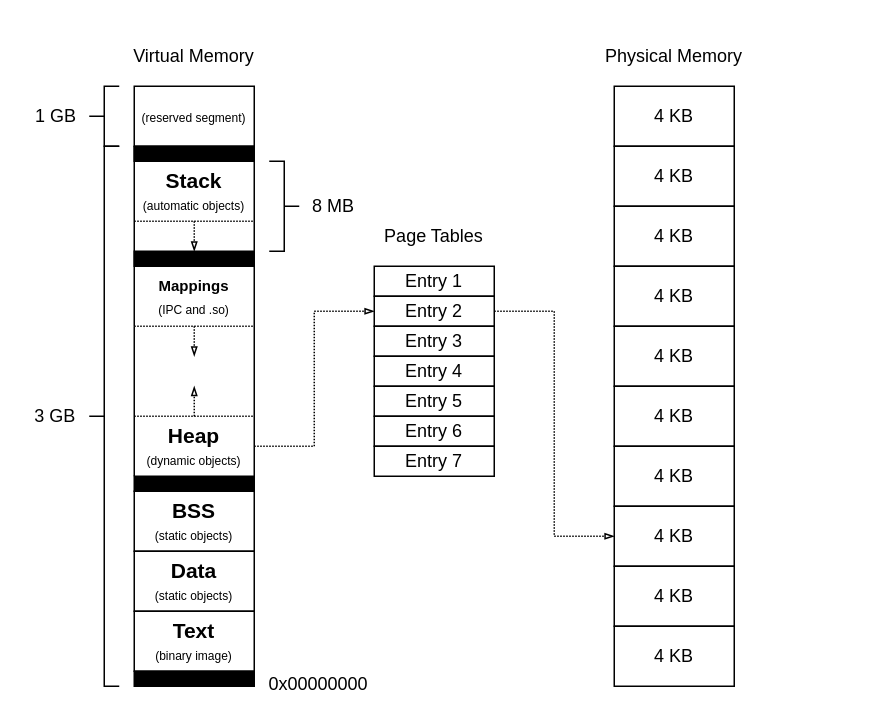
Before: projects/examples/source/09.17.drawio in i-s-m-mipt/Education, a draw.io diagram. Source tidied: cells renumbered, new cells numbered last; positions are measured from the earlier drawing's top-left corner, leaving out a move shared by most shapes. Both pictures are drawn from the tidied source at 150%, with x=0, y=0 at pixel (26, 26).
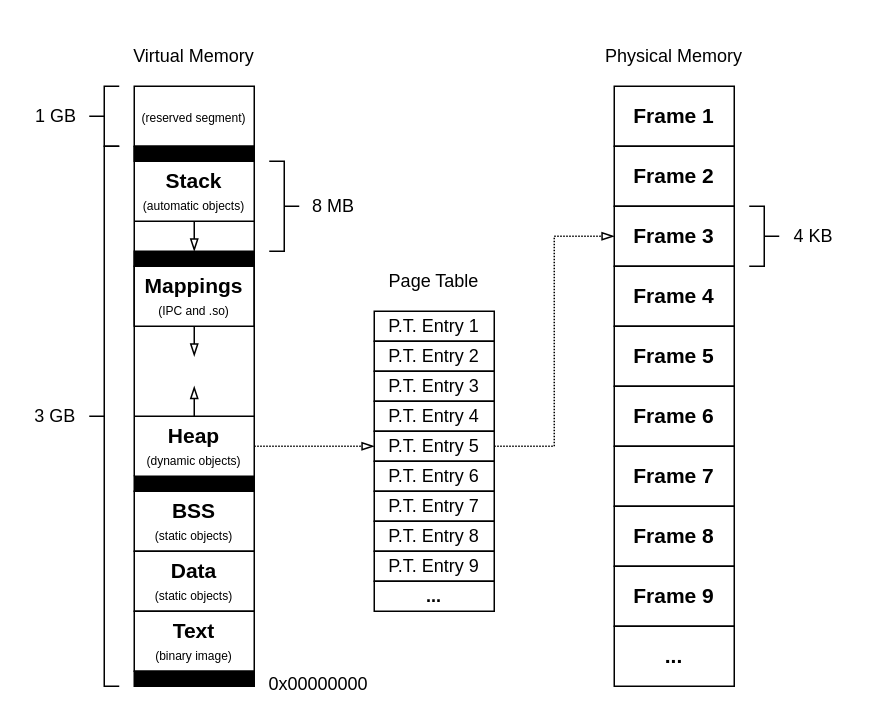
The same page after the edit.

Unchanged cells that the change refers to:
```xml
<mxCell id="2" value="&lt;b style=&quot;&quot;&gt;&lt;font style=&quot;font-size: 14px;&quot;&gt;Heap&lt;/font&gt;&lt;/b&gt;&lt;div&gt;&lt;font style=&quot;font-size: 8px;&quot;&gt;(dynamic objects)&lt;/font&gt;&lt;/div&gt;" style="rounded=0;whiteSpace=wrap;html=1;strokeColor=none;fillColor=none;fontFamily=Helvetica;" parent="1" vertex="1">
  <mxGeometry x="72" y="260" width="80" height="40" as="geometry" />
</mxCell>
<mxCell id="4" value="&lt;b style=&quot;&quot;&gt;&lt;font style=&quot;font-size: 14px;&quot;&gt;Stack&lt;/font&gt;&lt;/b&gt;&lt;div&gt;&lt;font style=&quot;font-size: 8px;&quot;&gt;(automatic objects)&lt;/font&gt;&lt;/div&gt;" style="rounded=0;whiteSpace=wrap;html=1;strokeColor=none;fillColor=none;fontFamily=Helvetica;" parent="1" vertex="1">
  <mxGeometry x="72" y="90" width="80" height="40" as="geometry" />
</mxCell>
```

Diff of the diagram source:
```diff
@@
-    <mxCell id="5" style="endArrow=none;dashed=1;html=1;dashPattern=1 1;strokeWidth=1;rounded=0;exitX=0;exitY=1;exitDx=0;exitDy=0;fontFamily=Helvetica;" parent="1" edge="1">
+    <mxCell id="5" style="endArrow=none;html=1;strokeWidth=1;rounded=0;exitX=0;exitY=1;exitDx=0;exitDy=0;fontFamily=Helvetica;" parent="1" edge="1">
       <mxGeometry relative="1" as="geometry">
         <mxPoint x="72" y="260" as="sourcePoint" />
         <mxPoint x="152" y="260" as="targetPoint" />
       </mxGeometry>
     </mxCell>
@@
-    <mxCell id="12" style="endArrow=none;dashed=1;html=1;rounded=0;dashPattern=1 1;fontFamily=Helvetica;" parent="1" edge="1">
-      <mxGeometry relative="1" as="geometry">
-        <mxPoint x="72" y="200" as="sourcePoint" />
-        <mxPoint x="152" y="200" as="targetPoint" />
-      </mxGeometry>
-    </mxCell>
@@
-    <mxCell id="18" value="&lt;div&gt;&lt;b style=&quot;background-color: transparent; color: light-dark(rgb(0, 0, 0), rgb(255, 255, 255));&quot;&gt;&lt;font style=&quot;font-size: 10px;&quot;&gt;Mappings&lt;/font&gt;&lt;/b&gt;&lt;/div&gt;&lt;div&gt;&lt;span style=&quot;background-color: transparent; color: light-dark(rgb(0, 0, 0), rgb(255, 255, 255));&quot;&gt;&lt;font style=&quot;font-size: 8px;&quot;&gt;(IPC and .so)&lt;/font&gt;&lt;/span&gt;&lt;/div&gt;" style="rounded=0;whiteSpace=wrap;html=1;strokeColor=none;fillColor=none;fontFamily=Helvetica;" parent="1" vertex="1">
+    <mxCell id="18" value="&lt;div&gt;&lt;b style=&quot;background-color: transparent; color: light-dark(rgb(0, 0, 0), rgb(255, 255, 255));&quot;&gt;&lt;font style=&quot;font-size: 14px;&quot;&gt;Mappings&lt;/font&gt;&lt;/b&gt;&lt;/div&gt;&lt;div&gt;&lt;span style=&quot;background-color: transparent; color: light-dark(rgb(0, 0, 0), rgb(255, 255, 255));&quot;&gt;&lt;font style=&quot;font-size: 8px;&quot;&gt;(IPC and .so)&lt;/font&gt;&lt;/span&gt;&lt;/div&gt;" style="rounded=0;whiteSpace=wrap;html=1;strokeColor=default;fillColor=none;fontFamily=Helvetica;" parent="1" vertex="1">
       <mxGeometry x="72" y="160" width="80" height="40" as="geometry" />
     </mxCell>
@@
-    <mxCell id="22" style="endArrow=none;dashed=1;html=1;rounded=0;dashPattern=1 1;fontFamily=Helvetica;entryX=1;entryY=1;entryDx=0;entryDy=0;" parent="1" edge="1" target="4">
+    <mxCell id="22" style="endArrow=none;html=1;rounded=0;fontFamily=Helvetica;entryX=1;entryY=1;entryDx=0;entryDy=0;" parent="1" edge="1" target="4">
       <mxGeometry relative="1" as="geometry">
         <mxPoint x="72" y="130" as="sourcePoint" />
       </mxGeometry>
     </mxCell>
@@
-    <mxCell id="25" style="endArrow=blockThin;html=1;rounded=0;endFill=0;endSize=4;dashed=1;dashPattern=1 1;" parent="1" edge="1">
+    <mxCell id="25" style="endArrow=blockThin;html=1;rounded=0;endFill=0;endSize=6;" parent="1" edge="1">
       <mxGeometry relative="1" as="geometry">
         <mxPoint x="112" y="130" as="sourcePoint" />
         <mxPoint x="112" y="150" as="targetPoint" />
       </mxGeometry>
     </mxCell>
-    <mxCell id="26" style="endArrow=blockThin;html=1;rounded=0;endFill=0;endSize=4;dashed=1;dashPattern=1 1;" parent="1" edge="1">
+    <mxCell id="26" style="endArrow=blockThin;html=1;rounded=0;endFill=0;endSize=6;" parent="1" edge="1">
       <mxGeometry relative="1" as="geometry">
         <mxPoint x="112" y="260" as="sourcePoint" />
         <mxPoint x="112" y="240" as="targetPoint" />
       </mxGeometry>
     </mxCell>
@@
-    <mxCell id="28" style="endArrow=blockThin;html=1;rounded=0;endFill=0;endSize=4;exitX=0.5;exitY=1;exitDx=0;exitDy=0;dashed=1;dashPattern=1 1;" parent="1" edge="1" source="18">
+    <mxCell id="28" style="endArrow=blockThin;html=1;rounded=0;endFill=0;endSize=6;exitX=0.5;exitY=1;exitDx=0;exitDy=0;" parent="1" edge="1" source="18">
       <mxGeometry relative="1" as="geometry">
         <mxPoint x="112" y="220" as="targetPoint" />
       </mxGeometry>
     </mxCell>
-    <mxCell id="29" value="Entry 2" style="rounded=0;whiteSpace=wrap;html=1;fillColor=none;" parent="1" vertex="1">
-      <mxGeometry x="232" y="180" width="80" height="20" as="geometry" />
-    </mxCell>
-    <mxCell id="30" value="Entry 3" style="rounded=0;whiteSpace=wrap;html=1;fillColor=none;" parent="1" vertex="1">
-      <mxGeometry x="232" y="200" width="80" height="20" as="geometry" />
-    </mxCell>
-    <mxCell id="31" value="Entry 4" style="rounded=0;whiteSpace=wrap;html=1;fillColor=none;" parent="1" vertex="1">
-      <mxGeometry x="232" y="220" width="80" height="20" as="geometry" />
-    </mxCell>
-    <mxCell id="32" value="Entry 5" style="rounded=0;whiteSpace=wrap;html=1;fillColor=none;" parent="1" vertex="1">
-      <mxGeometry x="232" y="240" width="80" height="20" as="geometry" />
+    <mxCell id="32" value="P.T. Entry 2" style="rounded=0;whiteSpace=wrap;html=1;fillColor=none;" parent="1" vertex="1">
+      <mxGeometry x="232" y="210" width="80" height="20" as="geometry" />
     </mxCell>
-    <mxCell id="33" value="Entry 6" style="rounded=0;whiteSpace=wrap;html=1;fillColor=none;" parent="1" vertex="1">
-      <mxGeometry x="232" y="260" width="80" height="20" as="geometry" />
+    <mxCell id="33" value="P.T. Entry 3" style="rounded=0;whiteSpace=wrap;html=1;fillColor=none;" parent="1" vertex="1">
+      <mxGeometry x="232" y="230" width="80" height="20" as="geometry" />
     </mxCell>
-    <mxCell id="34" value="Entry 7" style="rounded=0;whiteSpace=wrap;html=1;fillColor=none;" parent="1" vertex="1">
-      <mxGeometry x="232" y="280" width="80" height="20" as="geometry" />
+    <mxCell id="34" value="P.T. Entry 5" style="rounded=0;whiteSpace=wrap;html=1;fillColor=none;" parent="1" vertex="1">
+      <mxGeometry x="232" y="270" width="80" height="20" as="geometry" />
     </mxCell>
-    <mxCell id="35" value="Entry 1" style="rounded=0;whiteSpace=wrap;html=1;fillColor=none;" parent="1" vertex="1">
-      <mxGeometry x="232" y="160" width="80" height="20" as="geometry" />
-    </mxCell>
-    <mxCell id="36" value="&lt;span&gt;&lt;font&gt;4 KB&lt;/font&gt;&lt;/span&gt;" style="rounded=0;whiteSpace=wrap;html=1;fillColor=none;fontStyle=0;fontSize=12;" parent="1" vertex="1">
+    <mxCell id="36" value="&lt;b&gt;Frame 4&lt;/b&gt;" style="rounded=0;whiteSpace=wrap;html=1;fillColor=none;fontStyle=0;fontSize=14;" parent="1" vertex="1">
       <mxGeometry x="392" y="160" width="80" height="40" as="geometry" />
     </mxCell>
-    <mxCell id="37" value="&lt;span&gt;&lt;font&gt;4 KB&lt;/font&gt;&lt;/span&gt;" style="rounded=0;whiteSpace=wrap;html=1;fillColor=none;fontStyle=0;fontSize=12;" parent="1" vertex="1">
+    <mxCell id="37" value="&lt;b&gt;Frame 5&lt;/b&gt;" style="rounded=0;whiteSpace=wrap;html=1;fillColor=none;fontStyle=0;fontSize=14;" parent="1" vertex="1">
       <mxGeometry x="392" y="200" width="80" height="40" as="geometry" />
     </mxCell>
-    <mxCell id="38" value="&lt;span&gt;&lt;font&gt;4 KB&lt;/font&gt;&lt;/span&gt;" style="rounded=0;whiteSpace=wrap;html=1;fillColor=none;fontStyle=0;fontSize=12;" parent="1" vertex="1">
+    <mxCell id="38" value="&lt;b&gt;Frame 6&lt;/b&gt;" style="rounded=0;whiteSpace=wrap;html=1;fillColor=none;fontStyle=0;fontSize=14;" parent="1" vertex="1">
       <mxGeometry x="392" y="240" width="80" height="40" as="geometry" />
     </mxCell>
-    <mxCell id="39" value="&lt;span&gt;&lt;font&gt;4 KB&lt;/font&gt;&lt;/span&gt;" style="rounded=0;whiteSpace=wrap;html=1;fillColor=none;fontStyle=0;fontSize=12;" parent="1" vertex="1">
+    <mxCell id="39" value="&lt;b&gt;Frame 3&lt;/b&gt;" style="rounded=0;whiteSpace=wrap;html=1;fillColor=none;fontStyle=0;fontSize=14;" parent="1" vertex="1">
       <mxGeometry x="392" y="120" width="80" height="40" as="geometry" />
     </mxCell>
-    <mxCell id="40" value="&lt;span&gt;&lt;font&gt;4 KB&lt;/font&gt;&lt;/span&gt;" style="rounded=0;whiteSpace=wrap;html=1;fillColor=none;fontStyle=0;" parent="1" vertex="1">
+    <mxCell id="40" value="&lt;span&gt;&lt;font style=&quot;font-size: 14px;&quot;&gt;&lt;b style=&quot;&quot;&gt;Frame 1&lt;/b&gt;&lt;/font&gt;&lt;/span&gt;" style="rounded=0;whiteSpace=wrap;html=1;fillColor=none;fontStyle=0;" parent="1" vertex="1">
       <mxGeometry x="392" y="40" width="80" height="40" as="geometry" />
     </mxCell>
-    <mxCell id="41" value="&lt;span&gt;&lt;font&gt;4 KB&lt;/font&gt;&lt;/span&gt;" style="rounded=0;whiteSpace=wrap;html=1;fillColor=none;fontStyle=0;fontSize=12;" parent="1" vertex="1">
+    <mxCell id="41" value="&lt;b&gt;&lt;font style=&quot;font-size: 14px;&quot;&gt;Frame 2&lt;/font&gt;&lt;/b&gt;" style="rounded=0;whiteSpace=wrap;html=1;fillColor=none;fontStyle=0;fontSize=12;" parent="1" vertex="1">
       <mxGeometry x="392" y="80" width="80" height="40" as="geometry" />
     </mxCell>
-    <mxCell id="42" value="&lt;span&gt;&lt;font&gt;4 KB&lt;/font&gt;&lt;/span&gt;" style="rounded=0;whiteSpace=wrap;html=1;fillColor=none;fontStyle=0;fontSize=12;" parent="1" vertex="1">
+    <mxCell id="42" value="&lt;b&gt;Frame 7&lt;/b&gt;" style="rounded=0;whiteSpace=wrap;html=1;fillColor=none;fontStyle=0;fontSize=14;" parent="1" vertex="1">
       <mxGeometry x="392" y="280" width="80" height="40" as="geometry" />
     </mxCell>
-    <mxCell id="43" value="&lt;span&gt;&lt;font&gt;4 KB&lt;/font&gt;&lt;/span&gt;" style="rounded=0;whiteSpace=wrap;html=1;fillColor=none;fontStyle=0;fontSize=12;" parent="1" vertex="1">
+    <mxCell id="43" value="&lt;b&gt;Frame 8&lt;/b&gt;" style="rounded=0;whiteSpace=wrap;html=1;fillColor=none;fontStyle=0;fontSize=14;" parent="1" vertex="1">
       <mxGeometry x="392" y="320" width="80" height="40" as="geometry" />
     </mxCell>
-    <mxCell id="44" value="&lt;span&gt;&lt;font&gt;4 KB&lt;/font&gt;&lt;/span&gt;" style="rounded=0;whiteSpace=wrap;html=1;fillColor=none;fontStyle=0;fontSize=12;" parent="1" vertex="1">
+    <mxCell id="44" value="&lt;b&gt;Frame 9&lt;/b&gt;" style="rounded=0;whiteSpace=wrap;html=1;fillColor=none;fontStyle=0;fontSize=14;" parent="1" vertex="1">
       <mxGeometry x="392" y="360" width="80" height="40" as="geometry" />
     </mxCell>
-    <mxCell id="45" value="&lt;span&gt;&lt;font&gt;4 KB&lt;/font&gt;&lt;/span&gt;" style="rounded=0;whiteSpace=wrap;html=1;fillColor=none;fontStyle=0;fontSize=12;" parent="1" vertex="1">
+    <mxCell id="45" value="&lt;span&gt;&lt;font&gt;&lt;b&gt;...&lt;/b&gt;&lt;/font&gt;&lt;/span&gt;" style="rounded=0;whiteSpace=wrap;html=1;fillColor=none;fontStyle=0;fontSize=14;" parent="1" vertex="1">
       <mxGeometry x="392" y="400" width="80" height="40" as="geometry" />
     </mxCell>
@@
-    <mxCell id="48" value="Page Tables" style="text;html=1;strokeColor=none;fillColor=none;align=center;verticalAlign=middle;whiteSpace=wrap;rounded=0;fontFamily=Helvetica;" parent="1" vertex="1">
-      <mxGeometry x="232" y="120" width="80" height="40" as="geometry" />
+    <mxCell id="48" value="Page Table" style="text;html=1;strokeColor=none;fillColor=none;align=center;verticalAlign=middle;whiteSpace=wrap;rounded=0;fontFamily=Helvetica;" parent="1" vertex="1">
+      <mxGeometry x="232" y="150" width="80" height="40" as="geometry" />
     </mxCell>
-    <mxCell id="49" style="endArrow=blockThin;html=1;rounded=0;endSize=4;endFill=0;dashed=1;dashPattern=1 1;exitX=1;exitY=0.5;exitDx=0;exitDy=0;entryX=0;entryY=0.5;entryDx=0;entryDy=0;" parent="1" edge="1" source="2" target="29">
+    <mxCell id="49" style="endArrow=blockThin;html=1;rounded=0;endSize=6;endFill=0;dashed=1;dashPattern=1 1;exitX=1;exitY=0.5;exitDx=0;exitDy=0;entryX=0;entryY=0.5;entryDx=0;entryDy=0;startSize=6;" parent="1" edge="1" source="2" target="34">
       <mxGeometry relative="1" as="geometry">
         <Array as="points">
           <mxPoint x="192" y="280" />
-          <mxPoint x="192" y="190" />
         </Array>
       </mxGeometry>
     </mxCell>
-    <mxCell id="50" style="endArrow=blockThin;html=1;rounded=0;endFill=0;endSize=4;dashed=1;dashPattern=1 1;exitX=1;exitY=0.5;exitDx=0;exitDy=0;entryX=0;entryY=0.5;entryDx=0;entryDy=0;" parent="1" edge="1" source="29" target="43">
+    <mxCell id="50" style="endArrow=blockThin;html=1;rounded=0;endFill=0;endSize=6;dashed=1;dashPattern=1 1;exitX=1;exitY=0.5;exitDx=0;exitDy=0;entryX=0;entryY=0.5;entryDx=0;entryDy=0;startSize=6;" parent="1" edge="1" source="34" target="39">
       <mxGeometry relative="1" as="geometry">
         <Array as="points">
-          <mxPoint x="352" y="190" />
-          <mxPoint x="352" y="340" />
+          <mxPoint x="352" y="280" />
+          <mxPoint x="352" y="140" />
         </Array>
       </mxGeometry>
     </mxCell>
+    <mxCell id="51" value="&lt;b&gt;...&lt;/b&gt;" style="rounded=0;whiteSpace=wrap;html=1;fillColor=none;" parent="1" vertex="1">
+      <mxGeometry x="232" y="370" width="80" height="20" as="geometry" />
+    </mxCell>
+    <mxCell id="52" value="P.T. Entry 1" style="rounded=0;whiteSpace=wrap;html=1;fillColor=none;" parent="1" vertex="1">
+      <mxGeometry x="232" y="190" width="80" height="20" as="geometry" />
+    </mxCell>
+    <mxCell id="53" value="P.T. Entry 4" style="rounded=0;whiteSpace=wrap;html=1;fillColor=none;" parent="1" vertex="1">
+      <mxGeometry x="232" y="250" width="80" height="20" as="geometry" />
+    </mxCell>
+    <mxCell id="54" style="shape=curlyBracket;whiteSpace=wrap;html=1;rounded=0;flipH=1;labelPosition=right;verticalLabelPosition=middle;align=left;verticalAlign=middle;direction=east;fontFamily=Helvetica;" parent="1" vertex="1">
+      <mxGeometry x="482" y="120" width="20" height="40" as="geometry" />
+    </mxCell>
+    <mxCell id="55" value="4 KB" style="text;html=1;strokeColor=none;fillColor=none;align=center;verticalAlign=middle;whiteSpace=wrap;rounded=0;fontFamily=Helvetica;" parent="1" vertex="1">
+      <mxGeometry x="505" y="120" width="40" height="40" as="geometry" />
+    </mxCell>
+    <mxCell id="56" value="P.T. Entry 6" style="rounded=0;whiteSpace=wrap;html=1;fillColor=none;" parent="1" vertex="1">
+      <mxGeometry x="232" y="290" width="80" height="20" as="geometry" />
+    </mxCell>
+    <mxCell id="57" value="P.T. Entry 7" style="rounded=0;whiteSpace=wrap;html=1;fillColor=none;" parent="1" vertex="1">
+      <mxGeometry x="232" y="310" width="80" height="20" as="geometry" />
+    </mxCell>
+    <mxCell id="58" value="P.T. Entry 8" style="rounded=0;whiteSpace=wrap;html=1;fillColor=none;" parent="1" vertex="1">
+      <mxGeometry x="232" y="330" width="80" height="20" as="geometry" />
+    </mxCell>
+    <mxCell id="59" value="P.T. Entry 9" style="rounded=0;whiteSpace=wrap;html=1;fillColor=none;" parent="1" vertex="1">
+      <mxGeometry x="232" y="350" width="80" height="20" as="geometry" />
+    </mxCell>
```
